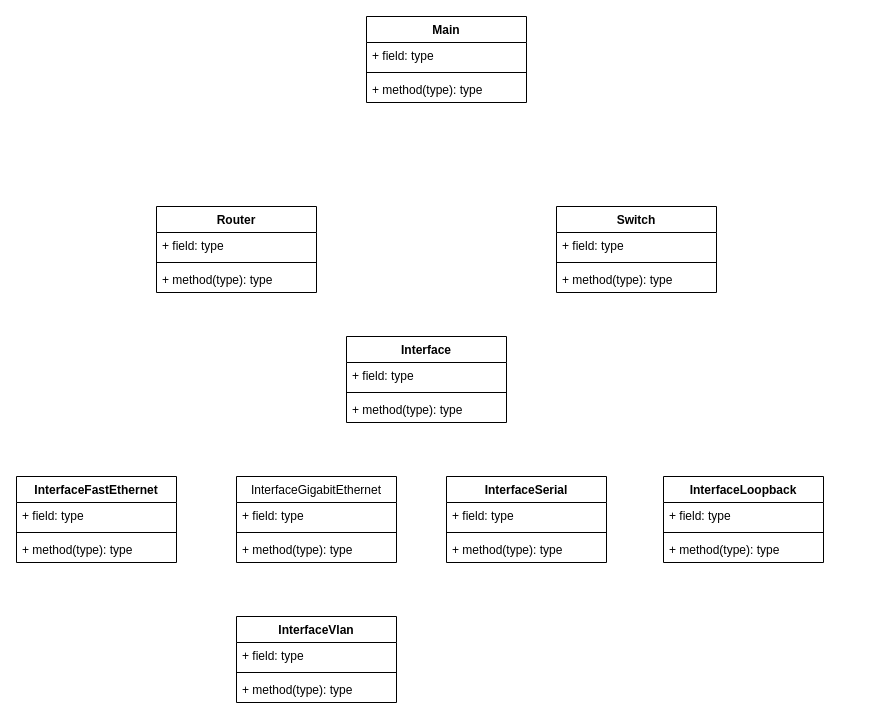
Before: idea.drawio in arath11/Autoconfiguration, a draw.io diagram. Source tidied: cells renumbered, new cells numbered last; positions are measured from the earlier drawing's top-left corner, leaving out a move shared by most shapes. Both pictures are drawn from the tidied source at 100%, with x=0, y=0 at pixel (16, 16).
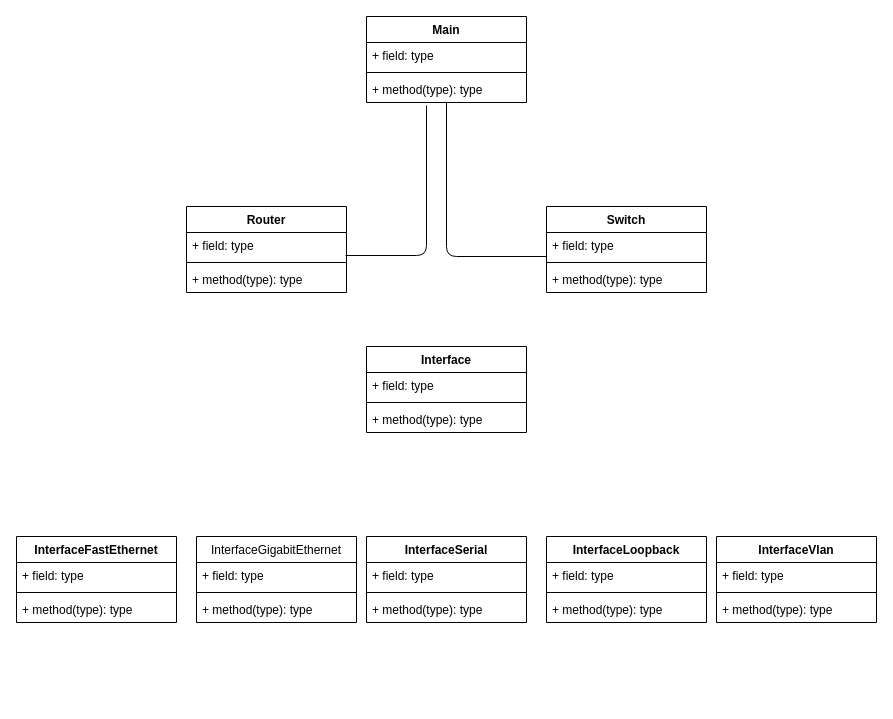
After the change.

The change refers to these unchanged cells:
```xml
<mxCell id="3" value="+ field: type" style="text;strokeColor=none;fillColor=none;align=left;verticalAlign=top;spacingLeft=4;spacingRight=4;overflow=hidden;points=[[0,0.5],[1,0.5]];portConstraint=eastwest;" parent="2" vertex="1">
  <mxGeometry y="26" width="160" height="26" as="geometry" />
</mxCell>
<mxCell id="37" value="+ method(type): type" style="text;strokeColor=none;fillColor=none;align=left;verticalAlign=top;spacingLeft=4;spacingRight=4;overflow=hidden;points=[[0,0.5],[1,0.5]];portConstraint=eastwest;" parent="34" vertex="1">
  <mxGeometry y="60" width="160" height="26" as="geometry" />
</mxCell>
```

Diff of the diagram source:
```diff
@@
     <mxCell id="2" value="Router" style="swimlane;fontStyle=1;align=center;verticalAlign=top;horizontal=1;startSize=26;" parent="1" vertex="1">
-      <mxGeometry x="140" y="190" width="160" height="86" as="geometry" />
+      <mxGeometry x="170" y="190" width="160" height="86" as="geometry" />
     </mxCell>
@@
     <mxCell id="6" value="Switch" style="swimlane;fontStyle=1;align=center;verticalAlign=top;horizontal=1;startSize=26;" parent="1" vertex="1">
-      <mxGeometry x="540" y="190" width="160" height="86" as="geometry" />
+      <mxGeometry x="530" y="190" width="160" height="86" as="geometry" />
     </mxCell>
@@
     <mxCell id="10" value="Interface" style="swimlane;fontStyle=1;align=center;verticalAlign=top;horizontal=1;startSize=26;" parent="1" vertex="1">
-      <mxGeometry x="330" y="320" width="160" height="86" as="geometry" />
+      <mxGeometry x="350" y="330" width="160" height="86" as="geometry" />
     </mxCell>
@@
     <mxCell id="14" value="InterfaceFastEthernet" style="swimlane;fontStyle=1;align=center;verticalAlign=top;horizontal=1;startSize=26;" parent="1" vertex="1">
-      <mxGeometry y="460" width="160" height="86" as="geometry" />
+      <mxGeometry y="520" width="160" height="86" as="geometry" />
     </mxCell>
@@
     <mxCell id="18" value="InterfaceGigabitEthernet" style="swimlane;fontStyle=0;align=center;verticalAlign=top;horizontal=1;startSize=26;" parent="1" vertex="1">
-      <mxGeometry x="220" y="460" width="160" height="86" as="geometry" />
+      <mxGeometry x="180" y="520" width="160" height="86" as="geometry" />
     </mxCell>
@@
     <mxCell id="22" value="InterfaceSerial" style="swimlane;fontStyle=1;align=center;verticalAlign=top;horizontal=1;startSize=26;" parent="1" vertex="1">
-      <mxGeometry x="430" y="460" width="160" height="86" as="geometry" />
+      <mxGeometry x="350" y="520" width="160" height="86" as="geometry" />
     </mxCell>
@@
     <mxCell id="26" value="InterfaceLoopback" style="swimlane;fontStyle=1;align=center;verticalAlign=top;horizontal=1;startSize=26;" parent="1" vertex="1">
-      <mxGeometry x="647" y="460" width="160" height="86" as="geometry" />
+      <mxGeometry x="530" y="520" width="160" height="86" as="geometry" />
     </mxCell>
@@
     <mxCell id="30" value="InterfaceVlan" style="swimlane;fontStyle=1;align=center;verticalAlign=top;horizontal=1;startSize=26;" parent="1" vertex="1">
-      <mxGeometry x="220" y="600" width="160" height="86" as="geometry" />
+      <mxGeometry x="700" y="520" width="160" height="86" as="geometry" />
     </mxCell>
@@
+    <mxCell id="38" style="endArrow=none;html=1;exitX=0.994;exitY=0.885;exitDx=0;exitDy=0;exitPerimeter=0;" parent="1" edge="1" source="3">
+      <mxGeometry relative="1" as="geometry">
+        <mxPoint x="410" y="89" as="targetPoint" />
+        <Array as="points">
+          <mxPoint x="410" y="239" />
+        </Array>
+      </mxGeometry>
+    </mxCell>
+    <mxCell id="39" style="endArrow=none;html=1;" parent="1" edge="1" target="37">
+      <mxGeometry relative="1" as="geometry">
+        <mxPoint x="530" y="240" as="sourcePoint" />
+        <Array as="points">
+          <mxPoint x="430" y="240" />
+        </Array>
+      </mxGeometry>
+    </mxCell>
```
